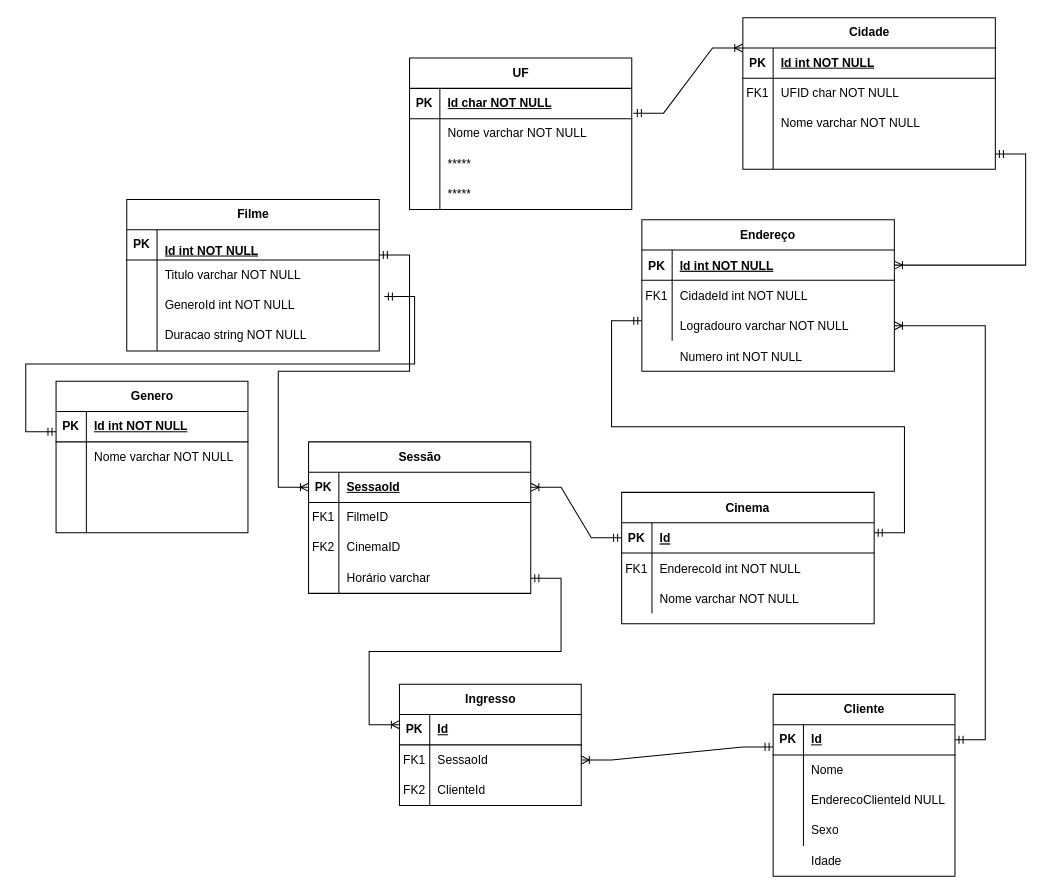
The draw.io diagram diagrama_entidade_relacionamento_cinema.drawio in AmandaPardinho/Web-API, before the edit. Source tidied: cells renumbered, new cells numbered last; positions are measured from the earlier drawing's top-left corner, leaving out a move shared by most shapes. Both pictures are drawn from the tidied source at 101%, with x=0, y=0 at pixel (-409, 17).
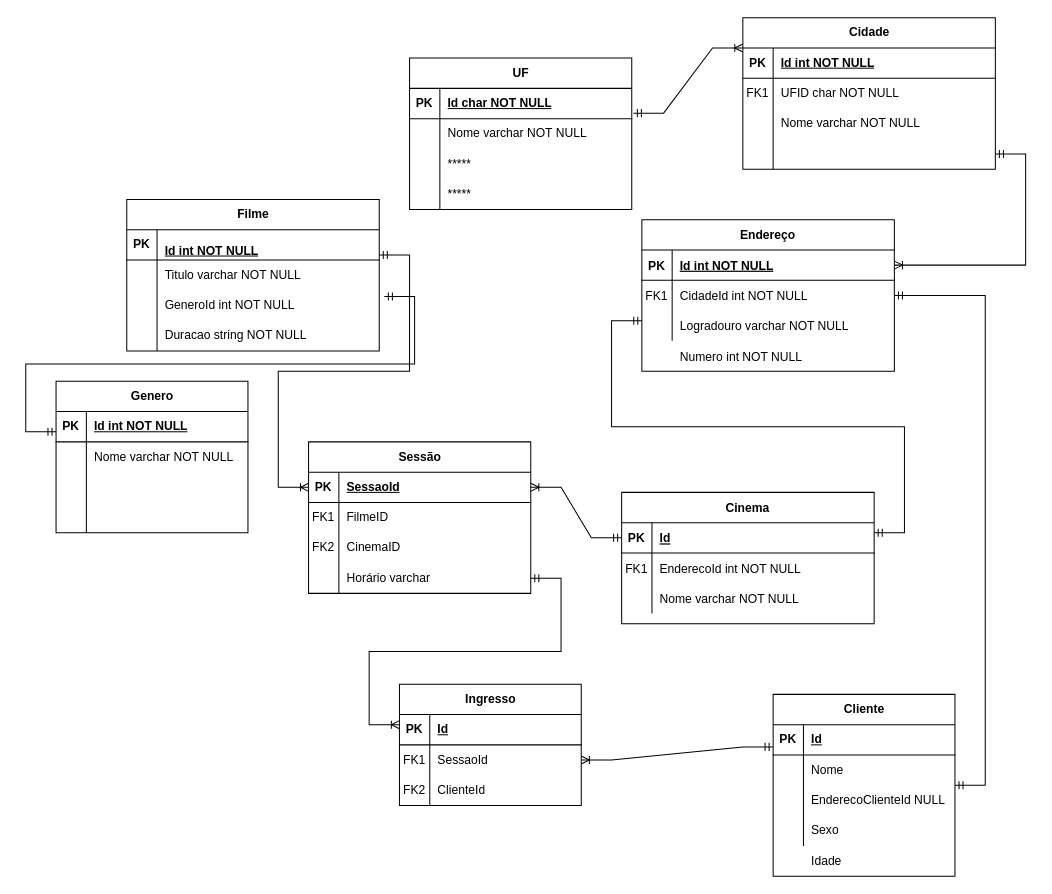
Above is the later version.

Commit message:
Atualização no relacionamento cliente-endereco

Unchanged cells that the change refers to:
```xml
<mxCell id="16" style="shape=partialRectangle;fillColor=none;points=[[0,0.5],[1,0.5]];portConstraint=eastwest;top=0;left=0;right=0;bottom=0;" parent="12" vertex="1">
  <mxGeometry y="60" width="250" height="30" as="geometry" />
</mxCell>
<mxCell id="19" style="shape=partialRectangle;fillColor=none;points=[[0,0.5],[1,0.5]];portConstraint=eastwest;top=0;left=0;right=0;bottom=0;" parent="12" vertex="1">
  <mxGeometry y="90" width="250" height="30" as="geometry" />
</mxCell>
<mxCell id="82" style="shape=tableRow;horizontal=0;startSize=0;swimlaneHead=0;swimlaneBody=0;fillColor=none;points=[[0,0.5],[1,0.5]];portConstraint=eastwest;top=0;left=0;right=0;bottom=1;" parent="81" vertex="1">
  <mxGeometry y="30" width="180" height="30" as="geometry" />
</mxCell>
```

What changed in the source:
```diff
@@
-    <mxCell id="105" style="edgeStyle=entityRelationEdgeStyle;fontSize=12;html=1;endArrow=ERoneToMany;startArrow=ERmandOne;rounded=0;entryX=1;entryY=0.5;entryDx=0;entryDy=0;" parent="1" edge="1" source="82" target="19">
-      <mxGeometry relative="1" as="geometry" />
-    </mxCell>
@@
+    <mxCell id="121" style="edgeStyle=entityRelationEdgeStyle;fontSize=12;html=1;endArrow=ERmandOne;startArrow=ERmandOne;rounded=0;entryX=1;entryY=0.5;entryDx=0;entryDy=0;" parent="1" edge="1" target="16">
+      <mxGeometry relative="1" as="geometry">
+        <mxPoint x="1350" y="760" as="sourcePoint" />
+        <Array as="points">
+          <mxPoint x="1730" y="820" />
+        </Array>
+      </mxGeometry>
+    </mxCell>
```
